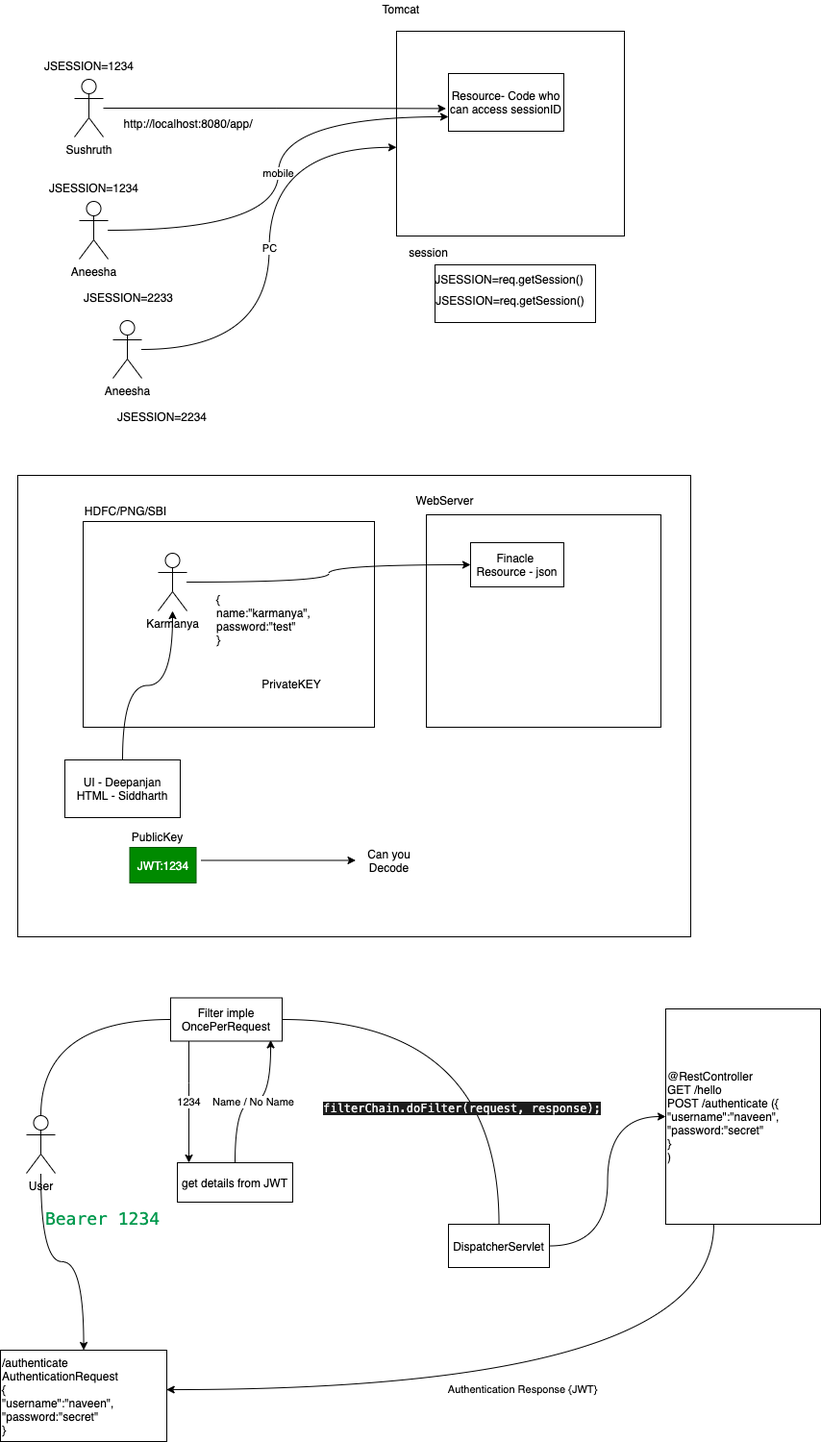
adithnaveen/sapient-freshers-2021-jun-asde keeps this draw.io diagram as images/15-security.drawio.png. Above is the earlier version. Source tidied: cells renumbered, new cells last; positions are measured from the earlier drawing's top-left corner, leaving out a move shared by most shapes. The source it was exported from:
```xml
<mxGraphModel>
  <root>
    <mxCell id="0" />
    <mxCell id="1" parent="0" />
    <mxCell id="2" style="rounded=0;whiteSpace=wrap;html=1;" parent="1" vertex="1">
      <mxGeometry x="18" y="494" width="700" height="480" as="geometry" />
    </mxCell>
    <mxCell id="3" style="rounded=0;whiteSpace=wrap;html=1;" parent="1" vertex="1">
      <mxGeometry x="86" y="542" width="303" height="214" as="geometry" />
    </mxCell>
    <mxCell id="4" style="rounded=0;whiteSpace=wrap;html=1;" parent="1" vertex="1">
      <mxGeometry x="412" y="32" width="237" height="213" as="geometry" />
    </mxCell>
    <mxCell id="5" value="Resource- Code who can access sessionID" style="rounded=0;whiteSpace=wrap;html=1;" parent="1" vertex="1">
      <mxGeometry x="466" y="76" width="120" height="60" as="geometry" />
    </mxCell>
    <mxCell id="6" style="rounded=0;jettySize=auto;html=1;entryX=-0.021;entryY=0.607;entryDx=0;entryDy=0;entryPerimeter=0;edgeStyle=orthogonalEdgeStyle;curved=1;" parent="1" edge="1" source="7" target="5">
      <mxGeometry relative="1" as="geometry" />
    </mxCell>
    <mxCell id="7" value="Sushruth" style="shape=umlActor;verticalLabelPosition=bottom;verticalAlign=top;html=1;outlineConnect=0;" parent="1" vertex="1">
      <mxGeometry x="77" y="82" width="30" height="60" as="geometry" />
    </mxCell>
    <mxCell id="8" value="Tomcat&amp;nbsp;" style="text;html=1;align=center;verticalAlign=middle;strokeColor=none;" parent="1" vertex="1">
      <mxGeometry x="392" width="52" height="17" as="geometry" />
    </mxCell>
    <mxCell id="9" style="rounded=0;whiteSpace=wrap;html=1;" parent="1" vertex="1">
      <mxGeometry x="452" y="275" width="167" height="60" as="geometry" />
    </mxCell>
    <mxCell id="10" value="session" style="text;html=1;align=center;verticalAlign=middle;strokeColor=none;" parent="1" vertex="1">
      <mxGeometry x="419" y="253" width="51" height="17" as="geometry" />
    </mxCell>
    <mxCell id="11" value="http://localhost:8080/app/" style="text;html=1;align=center;verticalAlign=middle;strokeColor=none;" parent="1" vertex="1">
      <mxGeometry x="123" y="119" width="143" height="17" as="geometry" />
    </mxCell>
    <mxCell id="12" value="JSESSION=1234" style="text;html=1;align=center;verticalAlign=middle;strokeColor=none;" parent="1" vertex="1">
      <mxGeometry x="41" y="59" width="102" height="17" as="geometry" />
    </mxCell>
    <mxCell id="13" value="JSESSION=req.getSession()" style="text;html=1;align=center;verticalAlign=middle;strokeColor=none;" parent="1" vertex="1">
      <mxGeometry x="447" y="281" width="164" height="17" as="geometry" />
    </mxCell>
    <mxCell id="14" value="mobile" style="edgeStyle=orthogonalEdgeStyle;rounded=0;jettySize=auto;html=1;entryX=0;entryY=0.75;entryDx=0;entryDy=0;curved=1;" parent="1" edge="1" source="15" target="5">
      <mxGeometry relative="1" as="geometry" />
    </mxCell>
    <mxCell id="15" value="Aneesha" style="shape=umlActor;verticalLabelPosition=bottom;verticalAlign=top;html=1;outlineConnect=0;" parent="1" vertex="1">
      <mxGeometry x="82" y="209" width="30" height="60" as="geometry" />
    </mxCell>
    <mxCell id="16" value="JSESSION=1234" style="text;html=1;align=center;verticalAlign=middle;strokeColor=none;" parent="1" vertex="1">
      <mxGeometry x="46" y="186" width="102" height="17" as="geometry" />
    </mxCell>
    <mxCell id="17" value="JSESSION=req.getSession()" style="text;html=1;align=center;verticalAlign=middle;strokeColor=none;" parent="1" vertex="1">
      <mxGeometry x="448" y="303" width="164" height="17" as="geometry" />
    </mxCell>
    <mxCell id="18" value="JSESSION=2233" style="text;html=1;align=center;verticalAlign=middle;strokeColor=none;" parent="1" vertex="1">
      <mxGeometry x="82" y="300" width="102" height="17" as="geometry" />
    </mxCell>
    <mxCell id="19" value="PC" style="edgeStyle=orthogonalEdgeStyle;curved=1;rounded=0;jettySize=auto;html=1;entryX=0;entryY=0.567;entryDx=0;entryDy=0;entryPerimeter=0;" parent="1" edge="1" source="20" target="4">
      <mxGeometry relative="1" as="geometry" />
    </mxCell>
    <mxCell id="20" value="Aneesha" style="shape=umlActor;verticalLabelPosition=bottom;verticalAlign=top;html=1;outlineConnect=0;" parent="1" vertex="1">
      <mxGeometry x="117" y="333" width="30" height="60" as="geometry" />
    </mxCell>
    <mxCell id="21" value="JSESSION=2234" style="text;html=1;align=center;verticalAlign=middle;strokeColor=none;" parent="1" vertex="1">
      <mxGeometry x="117" y="424" width="102" height="17" as="geometry" />
    </mxCell>
    <mxCell id="22" style="rounded=0;whiteSpace=wrap;html=1;" parent="1" vertex="1">
      <mxGeometry x="443" y="535" width="244" height="221" as="geometry" />
    </mxCell>
    <mxCell id="23" value="WebServer" style="text;html=1;align=center;verticalAlign=middle;strokeColor=none;" parent="1" vertex="1">
      <mxGeometry x="427" y="511" width="70" height="17" as="geometry" />
    </mxCell>
    <mxCell id="24" value="Finacle &lt;br&gt;Resource - json" style="rounded=0;whiteSpace=wrap;html=1;" parent="1" vertex="1">
      <mxGeometry x="489" y="564" width="97" height="46" as="geometry" />
    </mxCell>
    <mxCell id="25" style="edgeStyle=orthogonalEdgeStyle;curved=1;rounded=0;jettySize=auto;html=1;" parent="1" edge="1" source="26" target="24">
      <mxGeometry relative="1" as="geometry" />
    </mxCell>
    <mxCell id="26" value="Karmanya" style="shape=umlActor;verticalLabelPosition=bottom;verticalAlign=top;html=1;outlineConnect=0;" parent="1" vertex="1">
      <mxGeometry x="164" y="575" width="30" height="60" as="geometry" />
    </mxCell>
    <mxCell id="27" value="{&lt;br&gt;name:&quot;karmanya&quot;,&amp;nbsp;&lt;br&gt;password:&quot;test&quot;&lt;br&gt;}" style="text;html=1;align=left;verticalAlign=middle;strokeColor=none;" parent="1" vertex="1">
      <mxGeometry x="223" y="615" width="111" height="57" as="geometry" />
    </mxCell>
    <mxCell id="28" style="edgeStyle=orthogonalEdgeStyle;curved=1;rounded=0;jettySize=auto;html=1;" parent="1" edge="1" source="29" target="26">
      <mxGeometry relative="1" as="geometry" />
    </mxCell>
    <mxCell id="29" value="UI - Deepanjan&lt;br&gt;HTML - Siddharth" style="rounded=0;whiteSpace=wrap;html=1;" parent="1" vertex="1">
      <mxGeometry x="67" y="790" width="120" height="60" as="geometry" />
    </mxCell>
    <mxCell id="30" value="HDFC/PNG/SBI" style="text;html=1;align=center;verticalAlign=middle;strokeColor=none;" parent="1" vertex="1">
      <mxGeometry x="82" y="522" width="95" height="17" as="geometry" />
    </mxCell>
    <mxCell id="31" style="edgeStyle=orthogonalEdgeStyle;curved=1;rounded=0;jettySize=auto;html=1;" parent="1" edge="1" source="32" target="33">
      <mxGeometry relative="1" as="geometry" />
    </mxCell>
    <mxCell id="32" value="JWT:1234" style="text;html=1;strokeColor=none;fillColor=none;align=center;verticalAlign=middle;whiteSpace=wrap;rounded=0;" parent="1" vertex="1">
      <mxGeometry x="140" y="876" width="69" height="37" as="geometry" />
    </mxCell>
    <mxCell id="33" value="Can you Decode" style="text;html=1;strokeColor=none;fillColor=none;align=center;verticalAlign=middle;whiteSpace=wrap;rounded=0;" parent="1" vertex="1">
      <mxGeometry x="369.5" y="876" width="69" height="37" as="geometry" />
    </mxCell>
    <mxCell id="34" value="PrivateKEY" style="text;html=1;strokeColor=none;fillColor=none;align=center;verticalAlign=middle;whiteSpace=wrap;rounded=0;" parent="1" vertex="1">
      <mxGeometry x="247" y="693" width="112" height="35" as="geometry" />
    </mxCell>
    <mxCell id="35" value="JWT:1234" style="text;html=1;strokeColor=#005700;fillColor=#008a00;align=center;verticalAlign=middle;whiteSpace=wrap;rounded=0;fontColor=#ffffff;" parent="1" vertex="1">
      <mxGeometry x="134.5" y="881" width="69" height="37" as="geometry" />
    </mxCell>
    <mxCell id="36" value="PublicKey" style="text;html=1;align=center;verticalAlign=middle;strokeColor=none;" parent="1" vertex="1">
      <mxGeometry x="131" y="861" width="63" height="17" as="geometry" />
    </mxCell>
    <mxCell id="37" value="Authentication Response {JWT}" style="edgeStyle=orthogonalEdgeStyle;curved=1;rounded=0;jettySize=auto;html=1;entryX=0.998;entryY=0.432;entryDx=0;entryDy=0;entryPerimeter=0;" parent="1" edge="1" source="38" target="51">
      <mxGeometry relative="1" as="geometry">
        <Array as="points">
          <mxPoint x="742" y="1445" />
        </Array>
      </mxGeometry>
    </mxCell>
    <mxCell id="38" value="@RestController&lt;br&gt;GET /hello&lt;br&gt;POST /authenticate (&lt;span&gt;{&lt;/span&gt;&lt;br&gt;&lt;span&gt;&quot;username&quot;:&quot;naveen&quot;,&amp;nbsp;&lt;/span&gt;&lt;br&gt;&lt;span&gt;&quot;password:&quot;secret&quot;&lt;/span&gt;&lt;br&gt;&lt;span&gt;}&lt;/span&gt;&lt;br&gt;)" style="rounded=0;whiteSpace=wrap;html=1;align=left;" parent="1" vertex="1">
      <mxGeometry x="692" y="1049" width="161" height="224" as="geometry" />
    </mxCell>
    <mxCell id="39" style="edgeStyle=orthogonalEdgeStyle;curved=1;rounded=0;jettySize=auto;html=1;startArrow=none;" parent="1" edge="1" source="42" target="38">
      <mxGeometry relative="1" as="geometry" />
    </mxCell>
    <mxCell id="40" style="edgeStyle=orthogonalEdgeStyle;curved=1;rounded=0;jettySize=auto;html=1;" parent="1" edge="1" source="41" target="51">
      <mxGeometry relative="1" as="geometry" />
    </mxCell>
    <mxCell id="41" value="User" style="shape=umlActor;verticalLabelPosition=bottom;verticalAlign=top;html=1;outlineConnect=0;" parent="1" vertex="1">
      <mxGeometry x="27" y="1160" width="30" height="60" as="geometry" />
    </mxCell>
    <mxCell id="42" value="DispatcherServlet" style="rounded=0;whiteSpace=wrap;html=1;" parent="1" vertex="1">
      <mxGeometry x="466" y="1273" width="105" height="45" as="geometry" />
    </mxCell>
    <mxCell id="43" style="edgeStyle=orthogonalEdgeStyle;curved=1;rounded=0;jettySize=auto;html=1;endArrow=none;startArrow=none;" parent="1" edge="1" source="46" target="42">
      <mxGeometry relative="1" as="geometry" />
    </mxCell>
    <mxCell id="44" value="&lt;p class=&quot;p1&quot; style=&quot;margin: 0px ; font-stretch: normal ; font-size: 12px ; line-height: normal ; font-family: &amp;#34;menlo&amp;#34;&quot;&gt;&lt;font style=&quot;font-size: 12px ; background-color: rgb(28 , 28 , 28)&quot; color=&quot;#f7f7f7&quot;&gt;filterChain&lt;span class=&quot;s1&quot;&gt;.doFilter(&lt;/span&gt;request&lt;span class=&quot;s1&quot;&gt;, &lt;/span&gt;response&lt;span class=&quot;s1&quot;&gt;);&lt;/span&gt;&lt;/font&gt;&lt;/p&gt;" style="edgeLabel;html=1;align=center;verticalAlign=middle;" parent="43" vertex="1">
      <mxGeometry x="-0.31" y="-39" relative="1" as="geometry">
        <mxPoint x="35" y="53" as="offset" />
      </mxGeometry>
    </mxCell>
    <mxCell id="45" value="1234" style="edgeStyle=orthogonalEdgeStyle;curved=1;rounded=0;jettySize=auto;html=1;" parent="1" edge="1" source="46" target="50">
      <mxGeometry relative="1" as="geometry">
        <Array as="points">
          <mxPoint x="196" y="1126" />
          <mxPoint x="196" y="1126" />
        </Array>
      </mxGeometry>
    </mxCell>
    <mxCell id="46" value="Filter imple OncePerRequest" style="rounded=0;whiteSpace=wrap;html=1;" parent="1" vertex="1">
      <mxGeometry x="177" y="1037.5" width="116" height="45" as="geometry" />
    </mxCell>
    <mxCell id="47" style="edgeStyle=orthogonalEdgeStyle;curved=1;rounded=0;jettySize=auto;html=1;endArrow=none;" parent="1" edge="1" source="41" target="46">
      <mxGeometry relative="1" as="geometry">
        <Array as="points">
          <mxPoint x="42" y="1060" />
        </Array>
      </mxGeometry>
    </mxCell>
    <mxCell id="48" value="&lt;p class=&quot;p1&quot; style=&quot;margin: 0px ; font-stretch: normal ; font-size: 18px ; line-height: normal ; font-family: &amp;#34;menlo&amp;#34;&quot;&gt;&lt;font color=&quot;#00994d&quot;&gt;Bearer 1234&lt;/font&gt;&lt;/p&gt;" style="text;html=1;align=center;verticalAlign=middle;strokeColor=none;" parent="1" vertex="1">
      <mxGeometry x="41" y="1254" width="129" height="26" as="geometry" />
    </mxCell>
    <mxCell id="49" value="Name / No Name" style="edgeStyle=orthogonalEdgeStyle;curved=1;rounded=0;jettySize=auto;html=1;entryX=0.897;entryY=0.976;entryDx=0;entryDy=0;entryPerimeter=0;" parent="1" edge="1" source="50" target="46">
      <mxGeometry relative="1" as="geometry" />
    </mxCell>
    <mxCell id="50" value="get details from JWT" style="rounded=0;whiteSpace=wrap;html=1;" parent="1" vertex="1">
      <mxGeometry x="184" y="1209" width="120" height="41" as="geometry" />
    </mxCell>
    <mxCell id="51" value="/authenticate&lt;br&gt;AuthenticationRequest&lt;br&gt;{&lt;br&gt;&quot;username&quot;:&quot;naveen&quot;,&amp;nbsp;&lt;br&gt;&quot;password:&quot;secret&quot;&lt;br&gt;}" style="rounded=0;whiteSpace=wrap;html=1;align=left;" parent="1" vertex="1">
      <mxGeometry y="1404" width="173" height="95" as="geometry" />
    </mxCell>
  </root>
</mxGraphModel>
```
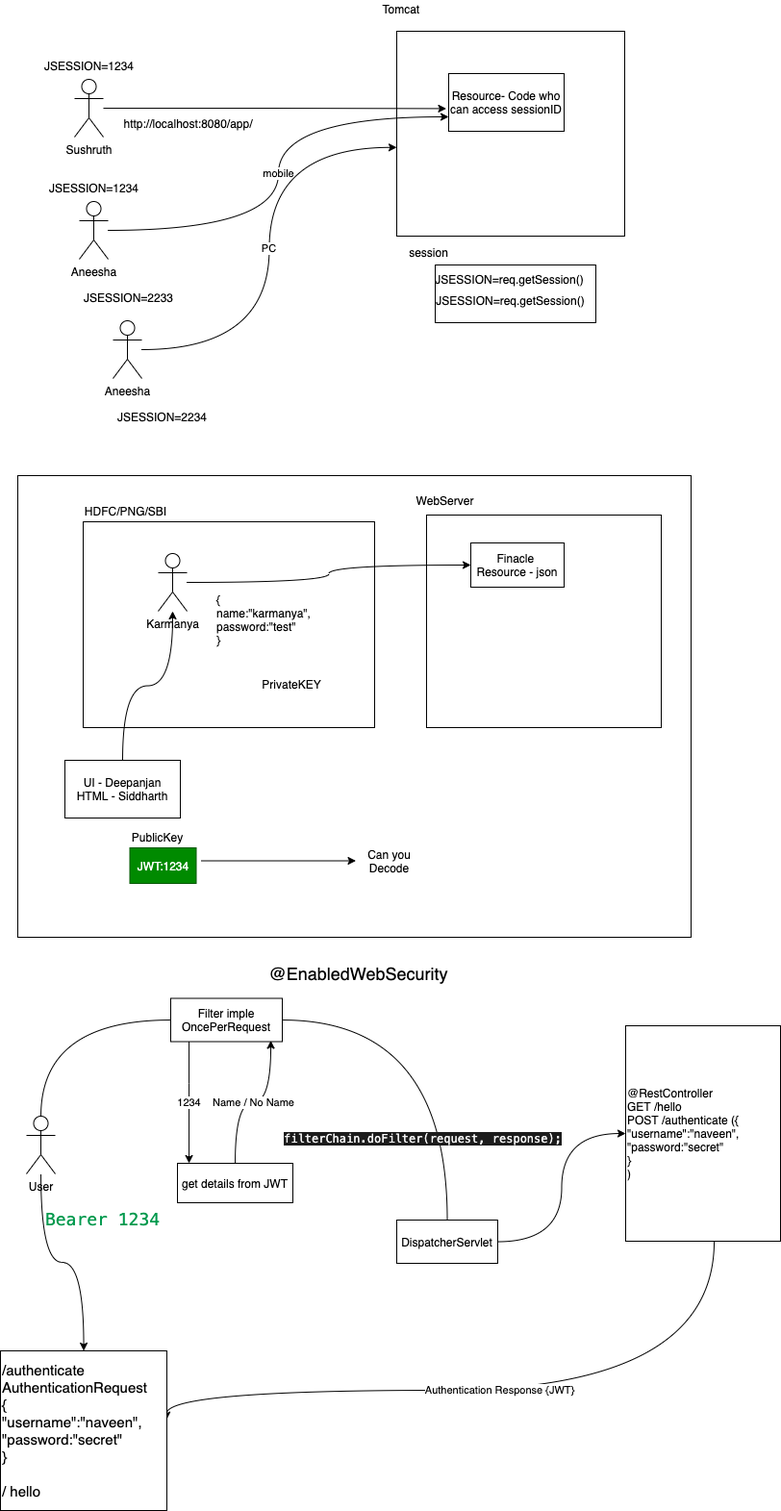
Later version of the same file.

What changed in the source:
```diff
@@ -115,7 +115,7 @@
       </mxGeometry>
     </mxCell>
     <mxCell id="38" value="@RestController&lt;br&gt;GET /hello&lt;br&gt;POST /authenticate (&lt;span&gt;{&lt;/span&gt;&lt;br&gt;&lt;span&gt;&quot;username&quot;:&quot;naveen&quot;,&amp;nbsp;&lt;/span&gt;&lt;br&gt;&lt;span&gt;&quot;password:&quot;secret&quot;&lt;/span&gt;&lt;br&gt;&lt;span&gt;}&lt;/span&gt;&lt;br&gt;)" style="rounded=0;whiteSpace=wrap;html=1;align=left;" parent="1" vertex="1">
-      <mxGeometry x="692" y="1049" width="161" height="224" as="geometry" />
+      <mxGeometry x="650" y="1066" width="161" height="224" as="geometry" />
     </mxCell>
     <mxCell id="39" style="edgeStyle=orthogonalEdgeStyle;curved=1;rounded=0;jettySize=auto;html=1;startArrow=none;" parent="1" edge="1" source="42" target="38">
       <mxGeometry relative="1" as="geometry" />
@@ -127,14 +127,14 @@
       <mxGeometry x="27" y="1160" width="30" height="60" as="geometry" />
     </mxCell>
     <mxCell id="42" value="DispatcherServlet" style="rounded=0;whiteSpace=wrap;html=1;" parent="1" vertex="1">
-      <mxGeometry x="466" y="1273" width="105" height="45" as="geometry" />
+      <mxGeometry x="412" y="1268" width="105" height="45" as="geometry" />
     </mxCell>
     <mxCell id="43" style="edgeStyle=orthogonalEdgeStyle;curved=1;rounded=0;jettySize=auto;html=1;endArrow=none;startArrow=none;" parent="1" edge="1" source="46" target="42">
       <mxGeometry relative="1" as="geometry" />
     </mxCell>
     <mxCell id="44" value="&lt;p class=&quot;p1&quot; style=&quot;margin: 0px ; font-stretch: normal ; font-size: 12px ; line-height: normal ; font-family: &amp;#34;menlo&amp;#34;&quot;&gt;&lt;font style=&quot;font-size: 12px ; background-color: rgb(28 , 28 , 28)&quot; color=&quot;#f7f7f7&quot;&gt;filterChain&lt;span class=&quot;s1&quot;&gt;.doFilter(&lt;/span&gt;request&lt;span class=&quot;s1&quot;&gt;, &lt;/span&gt;response&lt;span class=&quot;s1&quot;&gt;);&lt;/span&gt;&lt;/font&gt;&lt;/p&gt;" style="edgeLabel;html=1;align=center;verticalAlign=middle;" parent="43" vertex="1">
       <mxGeometry x="-0.31" y="-39" relative="1" as="geometry">
-        <mxPoint x="35" y="53" as="offset" />
+        <mxPoint x="14" y="84" as="offset" />
       </mxGeometry>
     </mxCell>
     <mxCell id="45" value="1234" style="edgeStyle=orthogonalEdgeStyle;curved=1;rounded=0;jettySize=auto;html=1;" parent="1" edge="1" source="46" target="50">
@@ -164,8 +164,11 @@
     <mxCell id="50" value="get details from JWT" style="rounded=0;whiteSpace=wrap;html=1;" parent="1" vertex="1">
       <mxGeometry x="184" y="1209" width="120" height="41" as="geometry" />
     </mxCell>
-    <mxCell id="51" value="/authenticate&lt;br&gt;AuthenticationRequest&lt;br&gt;{&lt;br&gt;&quot;username&quot;:&quot;naveen&quot;,&amp;nbsp;&lt;br&gt;&quot;password:&quot;secret&quot;&lt;br&gt;}" style="rounded=0;whiteSpace=wrap;html=1;align=left;" parent="1" vertex="1">
-      <mxGeometry y="1404" width="173" height="95" as="geometry" />
+    <mxCell id="51" value="&lt;font style=&quot;font-size: 15px&quot;&gt;/authenticate&lt;br&gt;AuthenticationRequest&lt;br&gt;{&lt;br&gt;&quot;username&quot;:&quot;naveen&quot;,&amp;nbsp;&lt;br&gt;&quot;password:&quot;secret&quot;&lt;br&gt;}&lt;br&gt;&lt;br&gt;/ hello&lt;/font&gt;" style="rounded=0;whiteSpace=wrap;html=1;align=left;" parent="1" vertex="1">
+      <mxGeometry y="1404" width="173" height="166" as="geometry" />
     </mxCell>
+    <mxCell id="52" value="&lt;font style=&quot;font-size: 18px&quot;&gt;@EnabledWebSecurity&lt;/font&gt;" style="text;html=1;align=center;verticalAlign=middle;strokeColor=none;" parent="1" vertex="1">
+      <mxGeometry x="274" y="1002" width="196" height="20" as="geometry" />
+    </mxCell>
   </root>
 </mxGraphModel>
```
